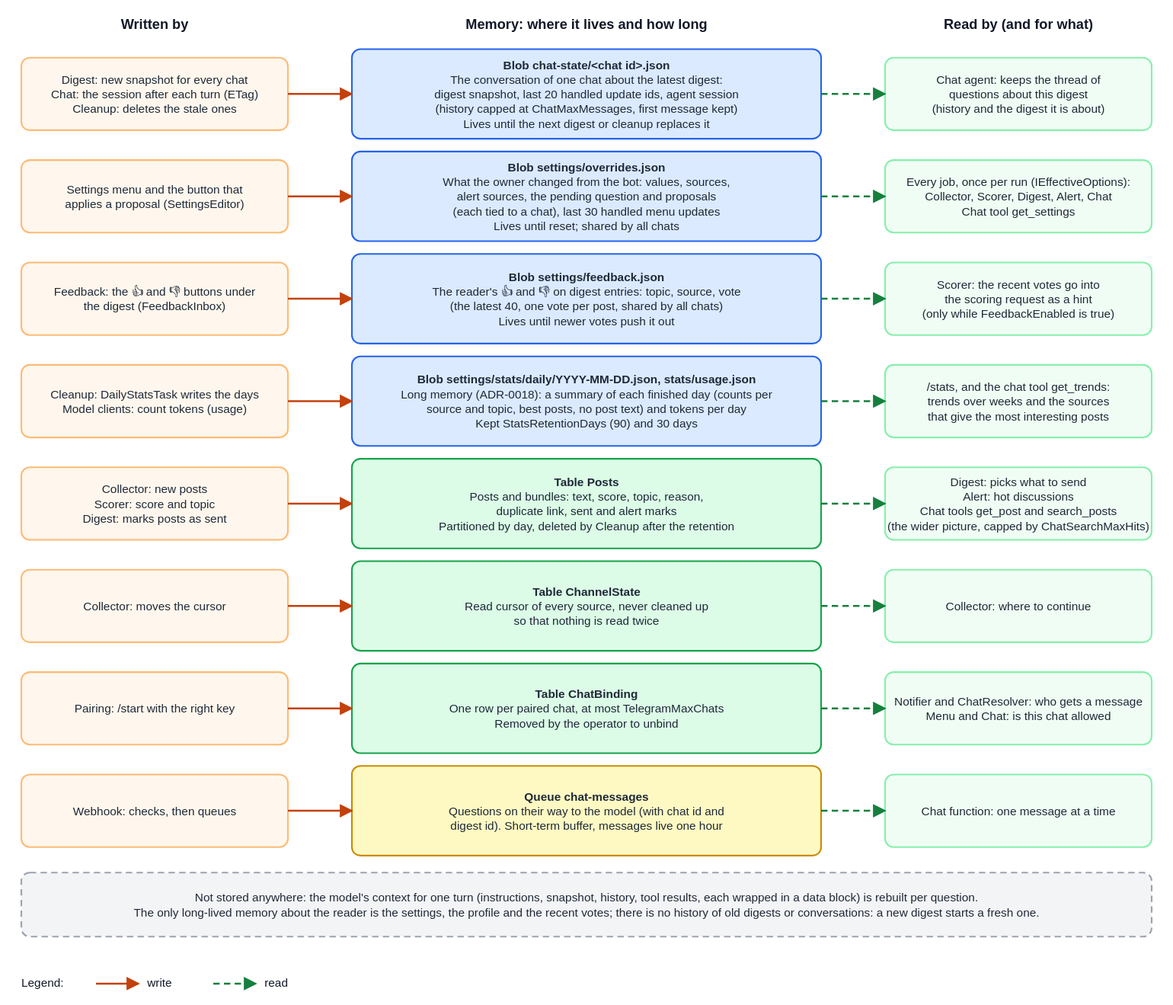
KopylP/signal-feed keeps this draw.io diagram as docs/developer-guide/images/memory.drawio.svg. Above is the earlier version. Source tidied: cells renumbered, new cells last; positions are measured from the earlier drawing's top-left corner, leaving out a move shared by most shapes.
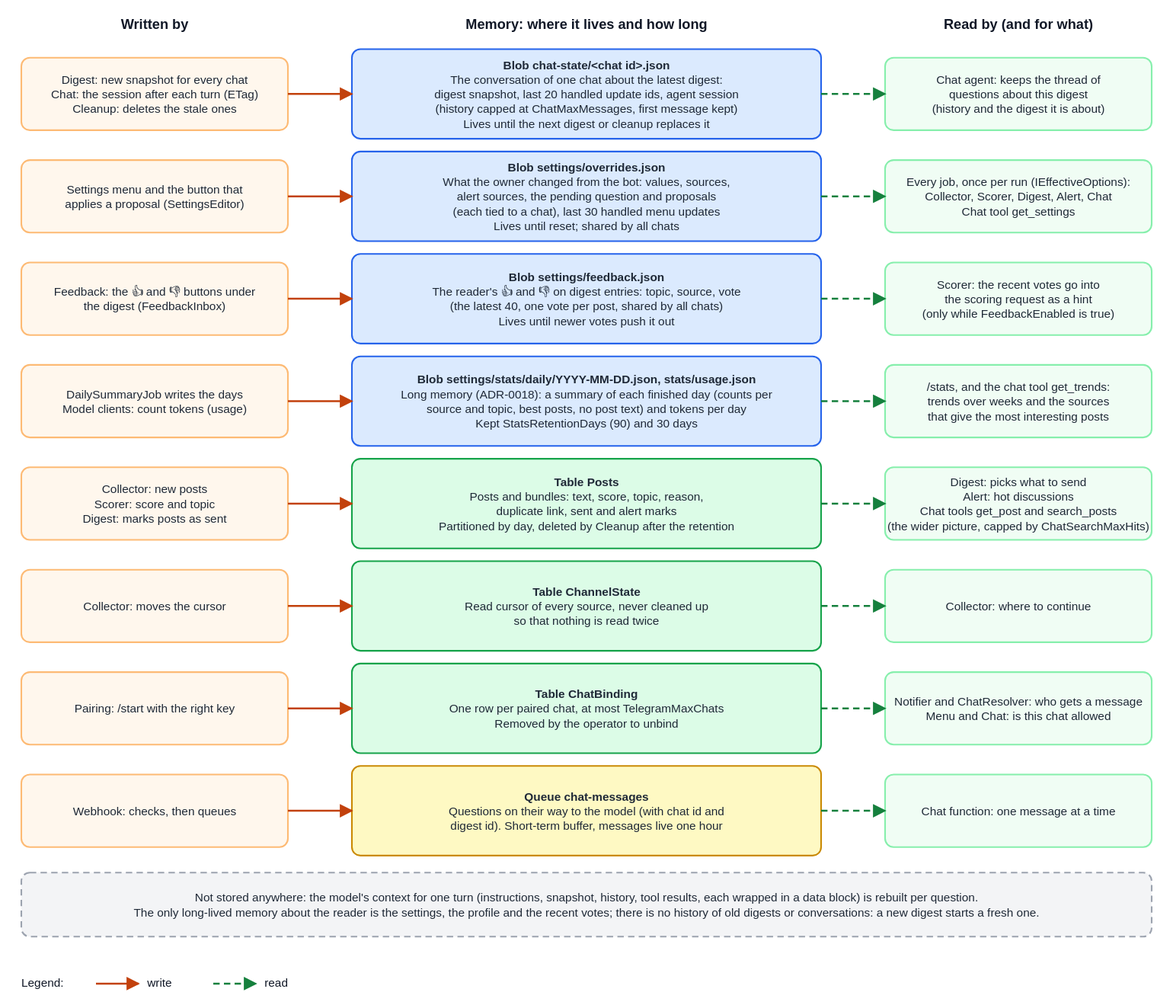
The same file after the commit.

Diff of the diagram source:
```diff
@@ -110,7 +110,7 @@
     <mxCell id="31" style="rounded=1;arcSize=6;html=1;strokeColor=#fdba74;fillColor=#fff7ed;strokeWidth=1.5;" parent="1" vertex="1">
       <mxGeometry y="328" width="250" height="68" as="geometry" />
     </mxCell>
-    <mxCell id="32" value="Cleanup: DailyStatsTask writes the days&lt;br&gt;Model clients: count tokens (usage)" style="text;html=1;whiteSpace=wrap;align=center;verticalAlign=top;spacing=0;fontSize=11;fontColor=#1f2937;" parent="1" vertex="1">
+    <mxCell id="32" value="DailySummaryJob writes the days&lt;br&gt;Model clients: count tokens (usage)" style="text;html=1;whiteSpace=wrap;align=center;verticalAlign=top;spacing=0;fontSize=11;fontColor=#1f2937;" parent="1" vertex="1">
       <mxGeometry y="348.2" width="250" height="29.5" as="geometry" />
     </mxCell>
     <mxCell id="33" style="rounded=1;arcSize=6;html=1;strokeColor=#86efac;fillColor=#f0fdf4;strokeWidth=1.5;" parent="1" vertex="1">
```
